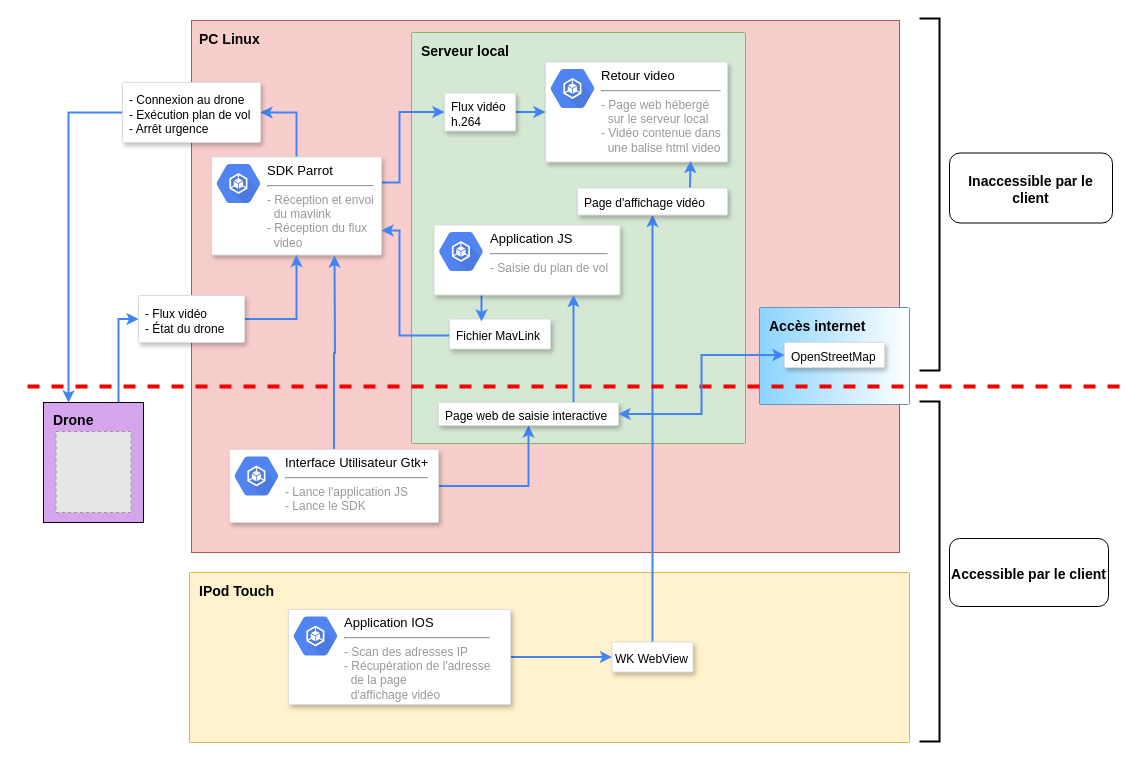
FabienMnsn/3i013-Bebop2 keeps this draw.io diagram as Architecture_logicielle_v2.drawio. Above is the earlier version. Source tidied: cells renumbered, new cells numbered last; positions are measured from the earlier drawing's top-left corner, leaving out a move shared by most shapes. Both pictures are drawn from the tidied source at 100%, with x=0, y=0 at pixel (19, 18). Pictures stored in the file or linked from it are replaced by grey dashed boxes.
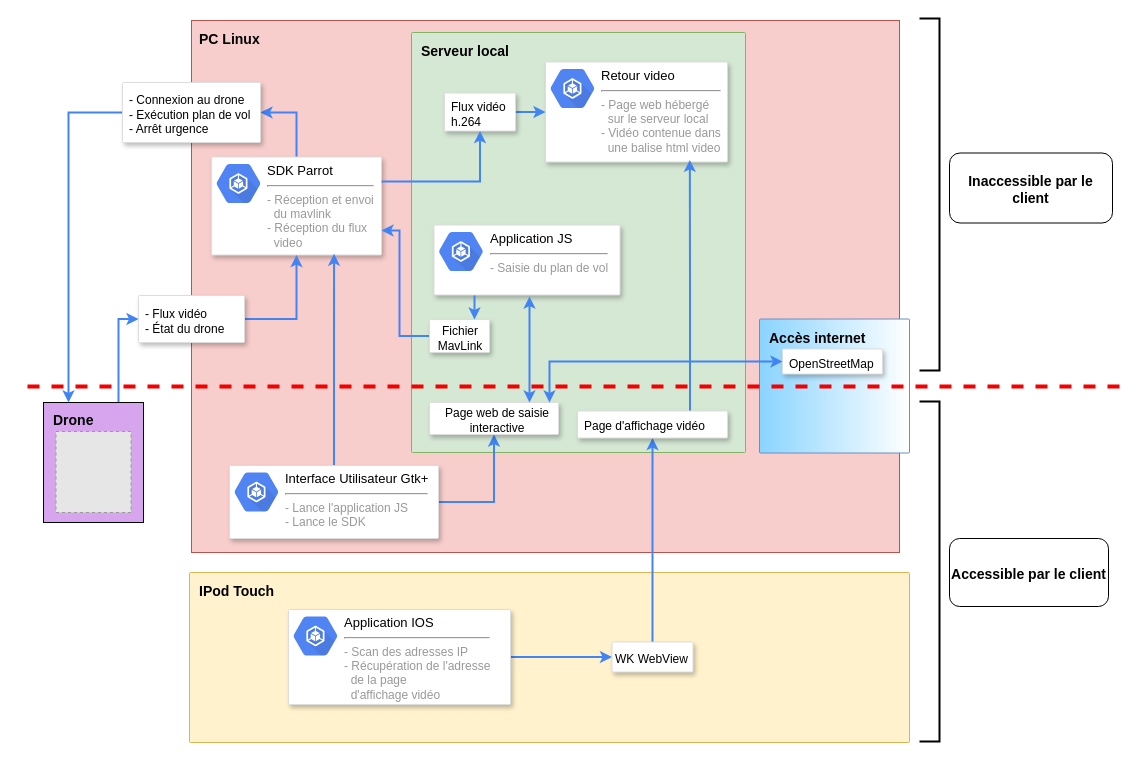
The same diagram, later.

Commit message (it also covers changes not shown here):
final version architecture logicielle added

Unchanged cells that the change refers to:
```xml
<mxCell id="7" style="strokeColor=#dddddd;fillColor=#ffffff;shadow=1;strokeWidth=1;rounded=1;absoluteArcSize=1;arcSize=2;fontSize=10;fontColor=#000000;align=center;html=1;" parent="1" vertex="1">
  <mxGeometry x="192" y="138.5" width="170" height="98" as="geometry" />
</mxCell>
<mxCell id="12" style="strokeColor=#dddddd;fillColor=#ffffff;shadow=1;strokeWidth=1;rounded=1;absoluteArcSize=1;arcSize=2;fontSize=10;fontColor=#000000;align=center;html=1;spacingTop=0;" parent="1" vertex="1">
  <mxGeometry x="414.5" y="206.5" width="186" height="70" as="geometry" />
</mxCell>
<mxCell id="14" style="strokeColor=#dddddd;fillColor=#ffffff;shadow=1;strokeWidth=1;rounded=1;absoluteArcSize=1;arcSize=2;fontSize=10;fontColor=#000000;align=center;html=1;" parent="1" vertex="1">
  <mxGeometry x="526" y="43.5" width="182" height="100" as="geometry" />
</mxCell>
<mxCell id="21" value="&lt;div style=&quot;font-size: 12px&quot;&gt;&lt;font style=&quot;font-size: 12px&quot;&gt;Flux vidéo&lt;/font&gt;&lt;/div&gt;&lt;div style=&quot;font-size: 12px&quot;&gt;&lt;font style=&quot;font-size: 12px&quot;&gt;h.264&lt;br&gt;&lt;/font&gt;&lt;/div&gt;" style="strokeColor=#dddddd;fillColor=#ffffff;shadow=1;strokeWidth=1;rounded=1;absoluteArcSize=1;arcSize=2;fontSize=10;fontColor=#000000;align=left;html=1;whiteSpace=wrap;spacingTop=4;spacingLeft=5;" parent="1" vertex="1">
  <mxGeometry x="425" y="74.5" width="71" height="38" as="geometry" />
</mxCell>
```

Diff of the diagram source:
```diff
@@
     <mxCell id="3" value="&lt;font style=&quot;font-size: 14px&quot;&gt;&lt;b&gt;Serveur local&lt;/b&gt;&lt;/font&gt;" style="rounded=1;absoluteArcSize=1;arcSize=2;html=1;strokeColor=#82b366;shadow=0;dashed=0;fontSize=12;align=left;verticalAlign=top;spacing=10;spacingTop=-4;fillColor=#d5e8d4;" parent="1" vertex="1">
-      <mxGeometry x="392" y="14" width="334" height="411" as="geometry" />
+      <mxGeometry x="392" y="14" width="334" height="420" as="geometry" />
     </mxCell>
@@
-    <mxCell id="6" style="edgeStyle=orthogonalEdgeStyle;rounded=0;jettySize=auto;html=1;exitX=1;exitY=0.25;exitDx=0;exitDy=0;entryX=0;entryY=0.5;entryDx=0;entryDy=0;strokeColor=#4284F3;strokeWidth=2;fontSize=14;" parent="1" edge="1" source="7" target="21">
-      <mxGeometry relative="1" as="geometry">
-        <Array as="points">
-          <mxPoint x="362" y="164" />
-          <mxPoint x="380" y="164" />
-          <mxPoint x="380" y="94" />
-        </Array>
-      </mxGeometry>
-    </mxCell>
@@
-    <mxCell id="10" value="&lt;div style=&quot;font-size: 12px;&quot;&gt;&lt;font style=&quot;font-size: 12px;&quot;&gt;Fichier MavLink&lt;/font&gt;&lt;/div&gt;" style="strokeColor=#dddddd;fillColor=#ffffff;shadow=1;strokeWidth=1;rounded=1;absoluteArcSize=1;arcSize=2;fontSize=12;fontColor=#000000;align=left;html=1;whiteSpace=wrap;spacingTop=5;spacingLeft=5;" parent="1" vertex="1">
-      <mxGeometry x="430" y="300.5" width="101" height="30" as="geometry" />
+    <mxCell id="10" value="&lt;div style=&quot;font-size: 12px&quot; align=&quot;center&quot;&gt;&lt;font style=&quot;font-size: 12px&quot;&gt;Fichier MavLink&lt;/font&gt;&lt;/div&gt;" style="strokeColor=#dddddd;fillColor=#ffffff;shadow=1;strokeWidth=1;rounded=1;absoluteArcSize=1;arcSize=2;fontSize=12;fontColor=#000000;align=left;html=1;whiteSpace=wrap;spacingTop=4;spacingLeft=0;" parent="1" vertex="1">
+      <mxGeometry x="410" y="301" width="60" height="33" as="geometry" />
     </mxCell>
-    <mxCell id="11" style="edgeStyle=orthogonalEdgeStyle;rounded=0;jettySize=auto;html=1;exitX=0.25;exitY=1;exitDx=0;exitDy=0;entryX=0.317;entryY=0.083;entryDx=0;entryDy=0;entryPerimeter=0;strokeColor=#4284F3;strokeWidth=2;" parent="1" edge="1" source="12" target="10">
-      <mxGeometry relative="1" as="geometry" />
-    </mxCell>
@@
-    <mxCell id="29" style="edgeStyle=orthogonalEdgeStyle;rounded=0;jettySize=auto;html=1;exitX=0.75;exitY=0;exitDx=0;exitDy=0;entryX=0.797;entryY=0.99;entryDx=0;entryDy=0;entryPerimeter=0;strokeColor=#4284F3;strokeWidth=2;" parent="1" edge="1" source="30" target="14">
+    <mxCell id="29" style="edgeStyle=orthogonalEdgeStyle;rounded=0;jettySize=auto;html=1;exitX=0.75;exitY=0;exitDx=0;exitDy=0;strokeColor=#4284F3;strokeWidth=2;entryX=0.793;entryY=0.979;entryDx=0;entryDy=0;entryPerimeter=0;" parent="1" edge="1" source="30" target="14">
       <mxGeometry relative="1" as="geometry" />
     </mxCell>
     <mxCell id="30" value="Page d'affichage vidéo" style="strokeColor=#dddddd;fillColor=#ffffff;shadow=1;strokeWidth=1;rounded=1;absoluteArcSize=1;arcSize=2;fontSize=12;fontColor=#000000;align=left;html=1;whiteSpace=wrap;spacingTop=4;spacingLeft=5;" parent="1" vertex="1">
-      <mxGeometry x="558" y="169.5" width="150" height="27" as="geometry" />
+      <mxGeometry x="558" y="392.5" width="150" height="27" as="geometry" />
     </mxCell>
-    <mxCell id="31" style="edgeStyle=orthogonalEdgeStyle;rounded=0;jettySize=auto;html=1;exitX=0.5;exitY=0;exitDx=0;exitDy=0;strokeColor=#4284F3;strokeWidth=2;" parent="1" edge="1" source="33">
-      <mxGeometry relative="1" as="geometry">
-        <mxPoint x="315" y="237" as="targetPoint" />
-      </mxGeometry>
+    <mxCell id="31" style="edgeStyle=orthogonalEdgeStyle;rounded=0;jettySize=auto;html=1;exitX=0.5;exitY=0;exitDx=0;exitDy=0;strokeColor=#4284F3;strokeWidth=2;entryX=0.721;entryY=0.987;entryDx=0;entryDy=0;entryPerimeter=0;" parent="1" edge="1" source="33" target="7">
+      <mxGeometry relative="1" as="geometry" />
     </mxCell>
@@
     <mxCell id="33" style="strokeColor=#dddddd;fillColor=#ffffff;shadow=1;strokeWidth=1;rounded=1;absoluteArcSize=1;arcSize=2;fontSize=10;fontColor=#000000;align=center;html=1;" parent="1" vertex="1">
-      <mxGeometry x="210" y="431" width="209" height="73" as="geometry" />
+      <mxGeometry x="210" y="447" width="209" height="73" as="geometry" />
     </mxCell>
@@
-    <mxCell id="40" style="edgeStyle=orthogonalEdgeStyle;rounded=0;jettySize=auto;html=1;exitX=0.75;exitY=0;exitDx=0;exitDy=0;entryX=0.75;entryY=1;entryDx=0;entryDy=0;strokeColor=#4284F3;strokeWidth=2;" parent="1" edge="1" source="41" target="12">
-      <mxGeometry relative="1" as="geometry" />
-    </mxCell>
-    <mxCell id="41" value="Page web de saisie interactive" style="strokeColor=#dddddd;fillColor=#ffffff;shadow=1;strokeWidth=1;rounded=1;absoluteArcSize=1;arcSize=2;fontSize=12;fontColor=#000000;align=left;html=1;whiteSpace=wrap;spacingTop=4;spacingLeft=5;" parent="1" vertex="1">
-      <mxGeometry x="419" y="384" width="180" height="23" as="geometry" />
+    <mxCell id="41" value="&lt;div align=&quot;center&quot;&gt;Page web de saisie interactive&lt;/div&gt;" style="strokeColor=#dddddd;fillColor=#ffffff;shadow=1;strokeWidth=1;rounded=1;absoluteArcSize=1;arcSize=2;fontSize=12;fontColor=#000000;align=left;html=1;whiteSpace=wrap;spacingTop=4;spacingLeft=5;" parent="1" vertex="1">
+      <mxGeometry x="410" y="384" width="129" height="32" as="geometry" />
     </mxCell>
     <mxCell id="42" value="Accès internet" style="rounded=1;absoluteArcSize=1;arcSize=2;html=1;strokeColor=#6c8ebf;shadow=0;dashed=0;fontSize=14;align=left;verticalAlign=top;spacing=10;spacingTop=-4;fillColor=#8AD4FF;fontStyle=1;comic=0;gradientDirection=east;gradientColor=#ffffff;" parent="1" vertex="1">
-      <mxGeometry x="740" y="289" width="150" height="97" as="geometry" />
+      <mxGeometry x="740" y="300.5" width="150" height="134" as="geometry" />
     </mxCell>
@@
     <mxCell id="44" value="OpenStreetMap" style="strokeColor=#dddddd;fillColor=#ffffff;shadow=1;strokeWidth=1;rounded=1;absoluteArcSize=1;arcSize=2;fontSize=12;fontColor=#000000;align=left;html=1;whiteSpace=wrap;spacingTop=5;spacingLeft=5;" parent="1" vertex="1">
-      <mxGeometry x="765" y="324" width="100" height="25" as="geometry" />
+      <mxGeometry x="763" y="330.5" width="100" height="25" as="geometry" />
     </mxCell>
-    <mxCell id="45" style="rounded=0;jettySize=auto;html=1;exitX=1;exitY=0.5;exitDx=0;exitDy=0;entryX=0;entryY=0.5;entryDx=0;entryDy=0;strokeColor=#4284F3;strokeWidth=2;edgeStyle=orthogonalEdgeStyle;startArrow=classic;startFill=1;" parent="1" edge="1" source="41" target="44">
+    <mxCell id="45" style="rounded=0;jettySize=auto;html=1;entryX=0;entryY=0.5;entryDx=0;entryDy=0;strokeColor=#4284F3;strokeWidth=2;edgeStyle=orthogonalEdgeStyle;startArrow=classic;startFill=1;exitX=0.93;exitY=0;exitDx=0;exitDy=0;exitPerimeter=0;" parent="1" edge="1" source="41" target="44">
       <mxGeometry relative="1" as="geometry" />
     </mxCell>
+    <mxCell id="46" style="endArrow=classic;startArrow=classic;html=1;strokeColor=#4284F3;strokeWidth=2;" parent="1" edge="1">
+      <mxGeometry relative="1" as="geometry">
+        <mxPoint x="510" y="384" as="sourcePoint" />
+        <mxPoint x="510" y="278" as="targetPoint" />
+      </mxGeometry>
+    </mxCell>
+    <mxCell id="47" style="endArrow=classic;html=1;strokeColor=#4284F3;strokeWidth=2;entryX=0.75;entryY=0;entryDx=0;entryDy=0;" parent="1" edge="1" target="10">
+      <mxGeometry relative="1" as="geometry">
+        <mxPoint x="455" y="277" as="sourcePoint" />
+      </mxGeometry>
+    </mxCell>
+    <mxCell id="6" style="endArrow=classic;html=1;strokeColor=#4284F3;strokeWidth=2;exitX=1;exitY=0.25;exitDx=0;exitDy=0;entryX=0.5;entryY=1;entryDx=0;entryDy=0;edgeStyle=orthogonalEdgeStyle;rounded=0;" parent="1" edge="1" source="7" target="21">
+      <mxGeometry relative="1" as="geometry" />
+    </mxCell>
```
